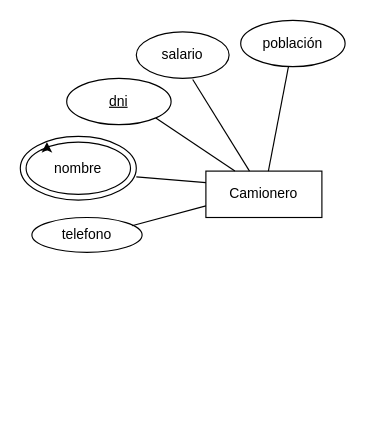
Above: Prueba.drawio in florenciacastro95/EnviosDB (draw.io), before the change. Source tidied: cells renumbered, new cells numbered last; positions are measured from the earlier drawing's top-left corner, leaving out a move shared by most shapes. Both pictures are drawn from the tidied source at 116%, with x=0, y=0 at pixel (20, 20).
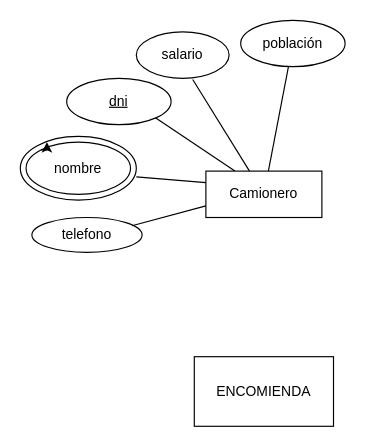
The same diagram, later.

Change to the diagram source:
```diff
@@
 <mxGraphModel>
   <root>
     <mxCell id="0" />
     <mxCell id="1" parent="0" />
     <mxCell id="2" value="Camionero" style="rounded=0;whiteSpace=wrap;html=1;" parent="1" vertex="1">
       <mxGeometry x="160" y="130" width="100" height="40" as="geometry" />
     </mxCell>
     <mxCell id="3" value="&lt;u&gt;dni&lt;/u&gt;" style="ellipse;whiteSpace=wrap;html=1;" parent="1" vertex="1">
       <mxGeometry x="40" y="50" width="90" height="40" as="geometry" />
     </mxCell>
     <mxCell id="4" value="salario" style="ellipse;whiteSpace=wrap;html=1;" parent="1" vertex="1">
       <mxGeometry x="100" y="10" width="80" height="40" as="geometry" />
     </mxCell>
     <mxCell id="5" value="población" style="ellipse;whiteSpace=wrap;html=1;" parent="1" vertex="1">
       <mxGeometry x="190" width="90" height="40" as="geometry" />
     </mxCell>
     <mxCell id="6" value="telefono" style="ellipse;whiteSpace=wrap;html=1;" parent="1" vertex="1">
       <mxGeometry x="10" y="170" width="95" height="30" as="geometry" />
     </mxCell>
     <mxCell id="7" style="endArrow=none;html=1;rounded=0;entryX=0;entryY=0.75;entryDx=0;entryDy=0;exitX=0.908;exitY=0.238;exitDx=0;exitDy=0;exitPerimeter=0;" parent="1" edge="1" source="6" target="2">
       <mxGeometry relative="1" as="geometry" />
     </mxCell>
     <mxCell id="8" style="endArrow=none;html=1;rounded=0;entryX=0;entryY=0.25;entryDx=0;entryDy=0;exitX=1;exitY=0.636;exitDx=0;exitDy=0;exitPerimeter=0;" parent="1" edge="1" source="13" target="2">
       <mxGeometry relative="1" as="geometry" />
     </mxCell>
     <mxCell id="9" style="endArrow=none;html=1;rounded=0;entryX=1;entryY=1;entryDx=0;entryDy=0;exitX=0.25;exitY=0;exitDx=0;exitDy=0;" parent="1" edge="1" source="2" target="3">
       <mxGeometry relative="1" as="geometry" />
     </mxCell>
     <mxCell id="10" style="endArrow=none;html=1;rounded=0;entryX=0.608;entryY=1.025;entryDx=0;entryDy=0;entryPerimeter=0;" parent="1" edge="1" source="2" target="4">
       <mxGeometry relative="1" as="geometry" />
     </mxCell>
     <mxCell id="11" style="endArrow=none;html=1;rounded=0;" parent="1" edge="1" source="2" target="5">
       <mxGeometry relative="1" as="geometry" />
     </mxCell>
     <mxCell id="12" style="group;" parent="1" vertex="1">
       <mxGeometry y="100" width="100" height="55" as="geometry" />
     </mxCell>
     <mxCell id="13" style="ellipse;whiteSpace=wrap;html=1;" parent="12" vertex="1">
       <mxGeometry width="100" height="55" as="geometry" />
     </mxCell>
     <mxCell id="14" value="nombre" style="ellipse;whiteSpace=wrap;html=1;strokeColor=default;" parent="12" vertex="1">
       <mxGeometry x="5" y="5" width="90" height="45" as="geometry" />
     </mxCell>
     <mxCell id="15" style="edgeStyle=orthogonalEdgeStyle;rounded=0;orthogonalLoop=1;jettySize=auto;html=1;exitX=0;exitY=0;exitDx=0;exitDy=0;entryX=0.2;entryY=0;entryDx=0;entryDy=0;entryPerimeter=0;" parent="12" edge="1" source="14" target="14">
       <mxGeometry relative="1" as="geometry" />
     </mxCell>
+    <mxCell id="16" value="ENCOMIENDA" style="rounded=0;whiteSpace=wrap;html=1;" parent="1" vertex="1">
+      <mxGeometry x="150" y="290" width="120" height="60" as="geometry" />
+    </mxCell>
   </root>
 </mxGraphModel>
```
